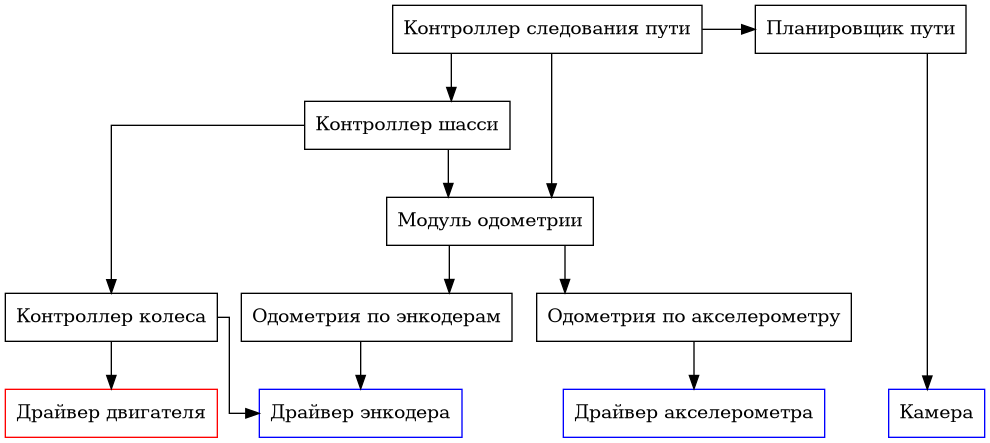
The Graphviz diagram doc/software.png in prostoiChelovek/qHandedCart, before a commit. Its source is kept beside it as doc/software.dot.
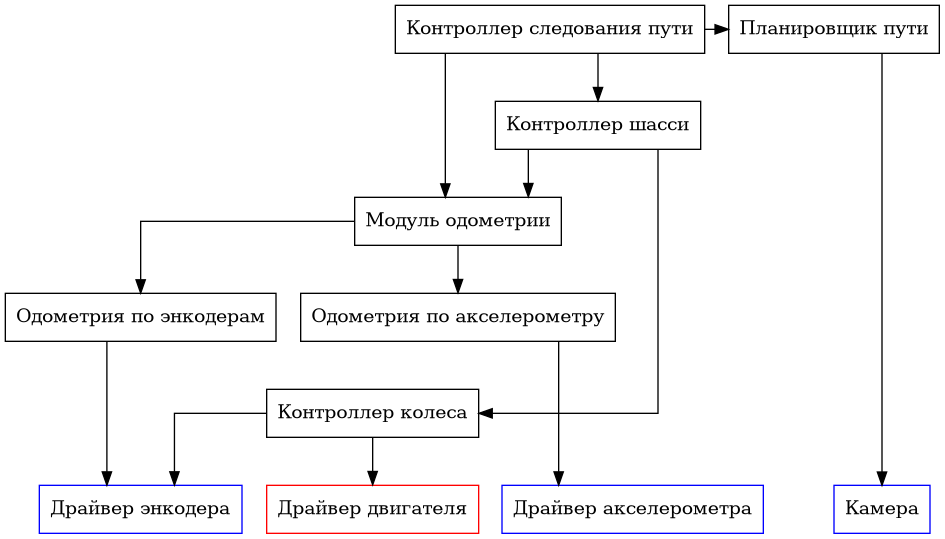
The same file after the commit.

Commit message:
place the wheel module on a level bellow odometry providers

Diff of the diagram source:
```diff
@@ -39,4 +39,6 @@
     path_follower -> {odometry, path_planner, chassis}
 
     path_planner -> camera:nw
+
+    {encoder_odometry, accelerometer_odometry} -> wheel [style = invis]
 }
```
